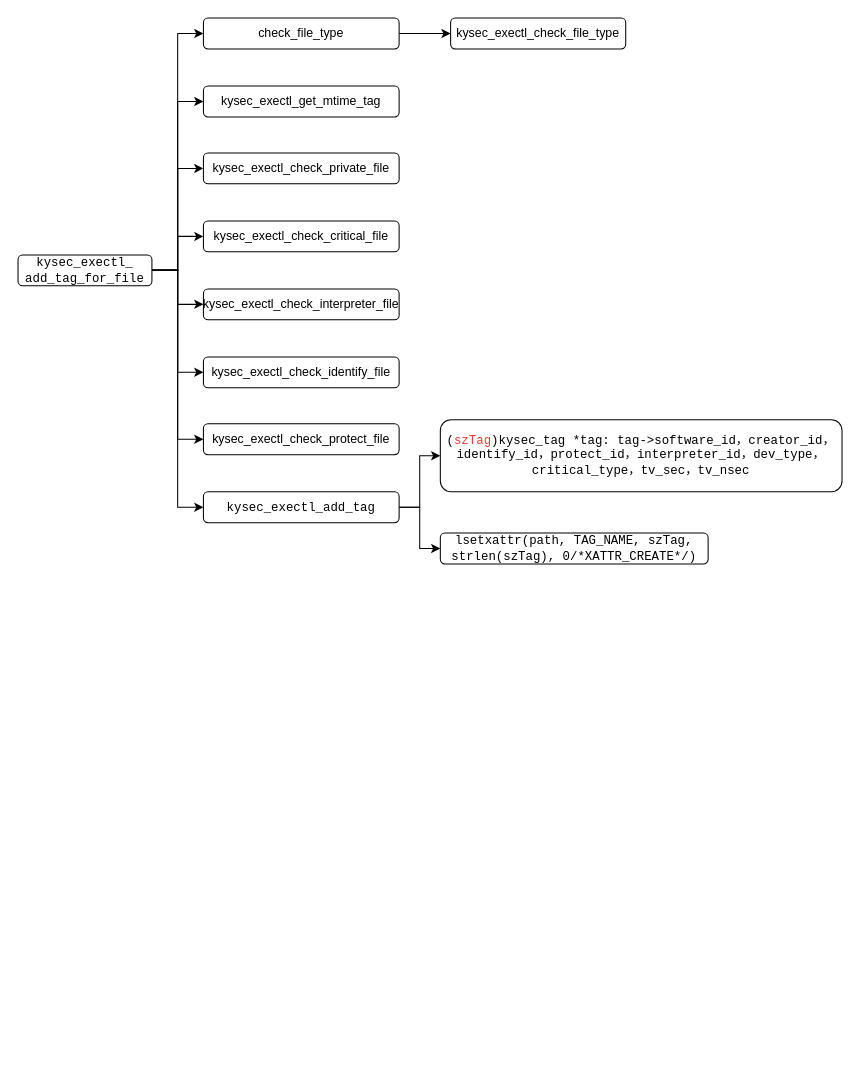
Earlier version of the draw.io diagram page "exectl" (11 of 11) of 未命名绘图.drawio (HunterDuan/git). Source tidied: cells renumbered, new cells numbered last; positions are measured from the earlier drawing's top-left corner, leaving out a move shared by most shapes. Both pictures are drawn from the tidied source at 103%, with x=0, y=0 at pixel (18, 18).
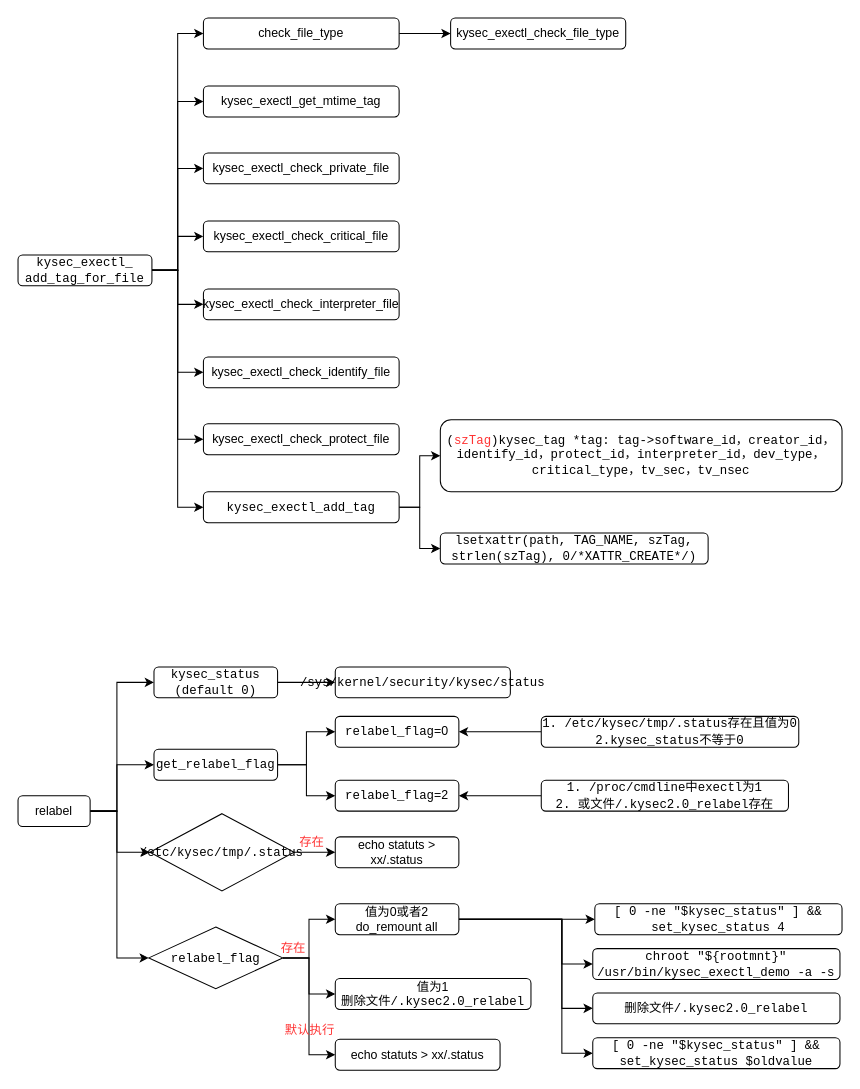
The same page after the edit.

The edit, as a diff of the source:
```diff
@@
+    <mxCell id="25" value="&lt;code&gt;relabel_flag&lt;span class=&quot;o&quot;&gt;&lt;/span&gt;&lt;/code&gt;=0" style="rounded=1;whiteSpace=wrap;html=1;" parent="1" vertex="1">
+      <mxGeometry x="308" y="678" width="120" height="30" as="geometry" />
+    </mxCell>
+    <mxCell id="26" value="&lt;code&gt;relabel_flag&lt;span class=&quot;o&quot;&gt;&lt;/span&gt;&lt;/code&gt;=2" style="rounded=1;whiteSpace=wrap;html=1;" parent="1" vertex="1">
+      <mxGeometry x="308" y="740" width="120" height="30" as="geometry" />
+    </mxCell>
+    <mxCell id="27" style="edgeStyle=orthogonalEdgeStyle;rounded=0;jettySize=auto;html=1;" parent="1" edge="1" source="28" target="25">
+      <mxGeometry relative="1" as="geometry" />
+    </mxCell>
+    <mxCell id="28" value="&lt;div&gt;&lt;code&gt;1. /etc/kysec/tmp/.status存在且值为0&lt;/code&gt;&lt;/div&gt;&lt;div&gt;&lt;code&gt;2.&lt;/code&gt;&lt;code&gt;&lt;code&gt;kysec_status不等于0&lt;/code&gt;&lt;/code&gt;&lt;/div&gt;" style="rounded=1;whiteSpace=wrap;html=1;" parent="1" vertex="1">
+      <mxGeometry x="508" y="678" width="250" height="30" as="geometry" />
+    </mxCell>
+    <mxCell id="29" style="edgeStyle=orthogonalEdgeStyle;rounded=0;jettySize=auto;html=1;" parent="1" edge="1" source="30" target="26">
+      <mxGeometry relative="1" as="geometry" />
+    </mxCell>
+    <mxCell id="30" value="&lt;div&gt;&lt;code&gt;1. /proc/cmdline中exectl为1&lt;/code&gt;&lt;/div&gt;&lt;div&gt;&lt;code&gt;2. 或文件&lt;/code&gt;&lt;code&gt;&lt;code&gt;/.kysec2.0_relabel存在&lt;/code&gt;&lt;/code&gt;&lt;/div&gt;" style="rounded=1;whiteSpace=wrap;html=1;" parent="1" vertex="1">
+      <mxGeometry x="508" y="740" width="240" height="30" as="geometry" />
+    </mxCell>
+    <mxCell id="31" value="&lt;div&gt;&lt;code&gt;chroot &lt;span class=&quot;s2&quot;&gt;&quot;&lt;/span&gt;&lt;span class=&quot;k&quot;&gt;${&lt;/span&gt;&lt;span class=&quot;nv&quot;&gt;rootmnt&lt;/span&gt;&lt;span class=&quot;k&quot;&gt;}&lt;/span&gt;&lt;span class=&quot;s2&quot;&gt;&quot;&lt;/span&gt; &lt;br&gt;&lt;/code&gt;&lt;/div&gt;&lt;div&gt;&lt;code&gt;&lt;/code&gt;&lt;code&gt;&lt;span class=&quot;k&quot;&gt;&lt;code&gt;/usr/bin/kysec_exectl_demo&lt;/code&gt;&lt;/span&gt;&lt;span class=&quot;k&quot;&gt;&lt;/span&gt;  &lt;span class=&quot;nt&quot;&gt;-a&lt;/span&gt; &lt;span class=&quot;nt&quot;&gt;-s&lt;/span&gt; &lt;/code&gt;&lt;/div&gt;" style="rounded=1;whiteSpace=wrap;html=1;" parent="1" vertex="1">
+      <mxGeometry x="558" y="903.5" width="240" height="30" as="geometry" />
+    </mxCell>
+    <mxCell id="32" value="&lt;code&gt;/sys/kernel/security/&lt;/code&gt;&lt;code&gt;kysec/status&lt;/code&gt;" style="rounded=1;whiteSpace=wrap;html=1;" parent="1" vertex="1">
+      <mxGeometry x="308" y="630" width="170" height="30" as="geometry" />
+    </mxCell>
+    <mxCell id="33" style="edgeStyle=orthogonalEdgeStyle;rounded=0;jettySize=auto;html=1;" parent="1" edge="1" source="34" target="32">
+      <mxGeometry relative="1" as="geometry" />
+    </mxCell>
+    <mxCell id="34" value="&lt;div&gt;&lt;code&gt;&lt;span class=&quot;nv&quot;&gt;kysec_status&lt;/span&gt;&lt;/code&gt;&lt;/div&gt;&lt;div&gt;&lt;code&gt;&lt;span class=&quot;nv&quot;&gt;(default 0)&lt;/span&gt;&lt;span class=&quot;o&quot;&gt;&lt;/span&gt;&lt;/code&gt;&lt;/div&gt;" style="rounded=1;whiteSpace=wrap;html=1;" parent="1" vertex="1">
+      <mxGeometry x="132" y="630" width="120" height="30" as="geometry" />
+    </mxCell>
+    <mxCell id="35" style="edgeStyle=orthogonalEdgeStyle;rounded=0;jettySize=auto;html=1;entryX=0;entryY=0.5;entryDx=0;entryDy=0;" parent="1" edge="1" source="37" target="25">
+      <mxGeometry relative="1" as="geometry" />
+    </mxCell>
+    <mxCell id="36" style="edgeStyle=orthogonalEdgeStyle;rounded=0;jettySize=auto;html=1;entryX=0;entryY=0.5;entryDx=0;entryDy=0;" parent="1" edge="1" source="37" target="26">
+      <mxGeometry relative="1" as="geometry" />
+    </mxCell>
+    <mxCell id="37" value="&lt;code&gt;get_relabel_flag&lt;/code&gt;" style="rounded=1;whiteSpace=wrap;html=1;" parent="1" vertex="1">
+      <mxGeometry x="132" y="710" width="120" height="30" as="geometry" />
+    </mxCell>
+    <mxCell id="38" value="echo statuts &amp;gt; xx/.status" style="rounded=1;whiteSpace=wrap;html=1;" parent="1" vertex="1">
+      <mxGeometry x="308" y="795" width="120" height="30" as="geometry" />
+    </mxCell>
+    <mxCell id="39" style="edgeStyle=orthogonalEdgeStyle;rounded=0;jettySize=auto;html=1;" parent="1" edge="1" source="40" target="38">
+      <mxGeometry relative="1" as="geometry" />
+    </mxCell>
+    <mxCell id="40" value="&lt;code&gt;/etc/kysec/tmp/.status&lt;/code&gt;" style="rhombus;whiteSpace=wrap;html=1;" parent="1" vertex="1">
+      <mxGeometry x="128" y="772.5" width="140" height="75" as="geometry" />
+    </mxCell>
+    <mxCell id="41" value="&lt;code&gt;存在&lt;/code&gt;" style="text;html=1;align=center;verticalAlign=middle;strokeColor=none;fillColor=none;fontColor=#FF3333;" parent="1" vertex="1">
+      <mxGeometry x="260" y="785" width="50" height="30" as="geometry" />
+    </mxCell>
+    <mxCell id="42" style="edgeStyle=orthogonalEdgeStyle;rounded=0;jettySize=auto;html=1;" parent="1" edge="1" source="45" target="50">
+      <mxGeometry relative="1" as="geometry" />
+    </mxCell>
+    <mxCell id="43" style="edgeStyle=orthogonalEdgeStyle;rounded=0;jettySize=auto;html=1;" parent="1" edge="1" source="45" target="51">
+      <mxGeometry relative="1" as="geometry" />
+    </mxCell>
+    <mxCell id="44" style="edgeStyle=orthogonalEdgeStyle;rounded=0;jettySize=auto;html=1;entryX=0;entryY=0.5;entryDx=0;entryDy=0;" parent="1" edge="1" source="45" target="52">
+      <mxGeometry relative="1" as="geometry" />
+    </mxCell>
+    <mxCell id="45" value="&lt;code&gt;relabel_flag&lt;span class=&quot;s2&quot;&gt;&lt;/span&gt;&lt;/code&gt;" style="rhombus;whiteSpace=wrap;html=1;" parent="1" vertex="1">
+      <mxGeometry x="127" y="882.5" width="130" height="60" as="geometry" />
+    </mxCell>
+    <mxCell id="46" style="edgeStyle=orthogonalEdgeStyle;rounded=0;jettySize=auto;html=1;entryX=0;entryY=0.5;entryDx=0;entryDy=0;" parent="1" edge="1" source="50" target="55">
+      <mxGeometry relative="1" as="geometry" />
+    </mxCell>
+    <mxCell id="47" style="edgeStyle=orthogonalEdgeStyle;rounded=0;jettySize=auto;html=1;entryX=0;entryY=0.5;entryDx=0;entryDy=0;" parent="1" edge="1" source="50" target="31">
+      <mxGeometry relative="1" as="geometry">
+        <Array as="points">
+          <mxPoint x="528" y="875" />
+          <mxPoint x="528" y="919" />
+        </Array>
+      </mxGeometry>
+    </mxCell>
+    <mxCell id="48" style="edgeStyle=orthogonalEdgeStyle;rounded=0;jettySize=auto;html=1;entryX=0;entryY=0.5;entryDx=0;entryDy=0;" parent="1" edge="1" source="50" target="56">
+      <mxGeometry relative="1" as="geometry">
+        <Array as="points">
+          <mxPoint x="528" y="875" />
+          <mxPoint x="528" y="962" />
+        </Array>
+      </mxGeometry>
+    </mxCell>
+    <mxCell id="49" style="edgeStyle=orthogonalEdgeStyle;rounded=0;jettySize=auto;html=1;entryX=0;entryY=0.5;entryDx=0;entryDy=0;" parent="1" edge="1" source="50" target="57">
+      <mxGeometry relative="1" as="geometry">
+        <Array as="points">
+          <mxPoint x="528" y="875" />
+          <mxPoint x="528" y="1005" />
+        </Array>
+      </mxGeometry>
+    </mxCell>
+    <mxCell id="50" value="&lt;div&gt;值为0或者2&lt;/div&gt;do_remount all" style="rounded=1;whiteSpace=wrap;html=1;" parent="1" vertex="1">
+      <mxGeometry x="308" y="860" width="120" height="30" as="geometry" />
+    </mxCell>
+    <mxCell id="51" value="&lt;div&gt;值为1&lt;/div&gt;删除&lt;code&gt;文件&lt;/code&gt;&lt;code&gt;&lt;code&gt;/.kysec2.0_relabel&lt;/code&gt;&lt;/code&gt;" style="rounded=1;whiteSpace=wrap;html=1;" parent="1" vertex="1">
+      <mxGeometry x="308" y="932.5" width="190" height="30" as="geometry" />
+    </mxCell>
+    <mxCell id="52" value="echo statuts &amp;gt; xx/.status" style="rounded=1;whiteSpace=wrap;html=1;" parent="1" vertex="1">
+      <mxGeometry x="308" y="991.5" width="160" height="30" as="geometry" />
+    </mxCell>
+    <mxCell id="53" value="&lt;code&gt;存在&lt;/code&gt;" style="text;html=1;align=center;verticalAlign=middle;strokeColor=none;fillColor=none;fontColor=#FF3333;" parent="1" vertex="1">
+      <mxGeometry x="242" y="887.5" width="50" height="30" as="geometry" />
+    </mxCell>
+    <mxCell id="54" value="默认执行" style="text;html=1;align=center;verticalAlign=middle;strokeColor=none;fillColor=none;fontColor=#FF3333;" parent="1" vertex="1">
+      <mxGeometry x="248" y="967.5" width="70" height="30" as="geometry" />
+    </mxCell>
+    <mxCell id="55" value="&lt;code&gt;[ 0 &lt;span class=&quot;nt&quot;&gt;-ne&lt;/span&gt; &lt;span class=&quot;s2&quot;&gt;&quot;&lt;/span&gt;&lt;span class=&quot;nv&quot;&gt;$kysec_status&lt;/span&gt;&lt;span class=&quot;s2&quot;&gt;&quot;&lt;/span&gt; &lt;span class=&quot;o&quot;&gt;]&lt;/span&gt; &lt;span class=&quot;o&quot;&gt;&amp;amp;&amp;amp;&lt;/span&gt; set_kysec_status 4&lt;/code&gt;" style="rounded=1;whiteSpace=wrap;html=1;" parent="1" vertex="1">
+      <mxGeometry x="560" y="860" width="240" height="30" as="geometry" />
+    </mxCell>
+    <mxCell id="56" value="&lt;code&gt;删除文件&lt;/code&gt;&lt;code&gt;&lt;code&gt;/.kysec2.0_relabel&lt;/code&gt;&lt;/code&gt;" style="rounded=1;whiteSpace=wrap;html=1;" parent="1" vertex="1">
+      <mxGeometry x="558" y="946.5" width="240" height="30" as="geometry" />
+    </mxCell>
+    <mxCell id="57" value="&lt;code&gt;[ 0 &lt;span class=&quot;nt&quot;&gt;-ne&lt;/span&gt; &lt;span class=&quot;s2&quot;&gt;&quot;&lt;/span&gt;&lt;span class=&quot;nv&quot;&gt;$kysec_status&lt;/span&gt;&lt;span class=&quot;s2&quot;&gt;&quot;&lt;/span&gt; &lt;span class=&quot;o&quot;&gt;]&lt;/span&gt; &lt;span class=&quot;o&quot;&gt;&amp;amp;&amp;amp;&lt;/span&gt; set_kysec_status $oldvalue&lt;/code&gt;" style="rounded=1;whiteSpace=wrap;html=1;" parent="1" vertex="1">
+      <mxGeometry x="558" y="990" width="240" height="30" as="geometry" />
+    </mxCell>
+    <mxCell id="58" style="edgeStyle=orthogonalEdgeStyle;rounded=0;jettySize=auto;html=1;entryX=0;entryY=0.5;entryDx=0;entryDy=0;" parent="1" edge="1" source="62" target="34">
+      <mxGeometry relative="1" as="geometry">
+        <Array as="points">
+          <mxPoint x="96" y="770" />
+          <mxPoint x="96" y="645" />
+        </Array>
+      </mxGeometry>
+    </mxCell>
+    <mxCell id="59" style="edgeStyle=orthogonalEdgeStyle;rounded=0;jettySize=auto;html=1;entryX=0;entryY=0.5;entryDx=0;entryDy=0;" parent="1" edge="1" source="62" target="37">
+      <mxGeometry relative="1" as="geometry">
+        <Array as="points">
+          <mxPoint x="96" y="770" />
+          <mxPoint x="96" y="725" />
+        </Array>
+      </mxGeometry>
+    </mxCell>
+    <mxCell id="60" style="edgeStyle=orthogonalEdgeStyle;rounded=0;jettySize=auto;html=1;entryX=0;entryY=0.5;entryDx=0;entryDy=0;" parent="1" edge="1" source="62" target="40">
+      <mxGeometry relative="1" as="geometry">
+        <Array as="points">
+          <mxPoint x="96" y="770" />
+          <mxPoint x="96" y="810" />
+        </Array>
+      </mxGeometry>
+    </mxCell>
+    <mxCell id="61" style="edgeStyle=orthogonalEdgeStyle;rounded=0;jettySize=auto;html=1;entryX=0;entryY=0.5;entryDx=0;entryDy=0;" parent="1" edge="1" source="62" target="45">
+      <mxGeometry relative="1" as="geometry">
+        <Array as="points">
+          <mxPoint x="96" y="770" />
+          <mxPoint x="96" y="913" />
+        </Array>
+      </mxGeometry>
+    </mxCell>
+    <mxCell id="62" value="relabel" style="rounded=1;whiteSpace=wrap;html=1;" parent="1" vertex="1">
+      <mxGeometry y="755" width="70" height="30" as="geometry" />
+    </mxCell>
```
